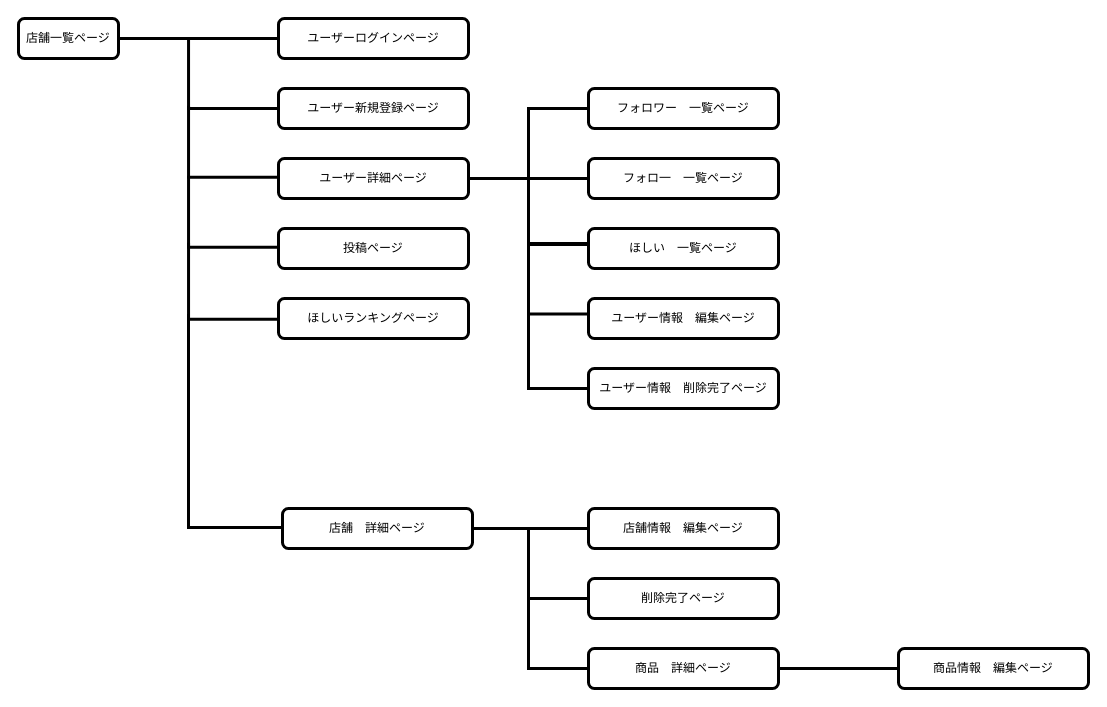
Before: 画面遷移図.dio in torako-san/CoffeeTown, a draw.io diagram. Source tidied: cells renumbered, new cells numbered last; positions are measured from the earlier drawing's top-left corner, leaving out a move shared by most shapes. Both pictures are drawn from the tidied source at 100%, with x=0, y=0 at pixel (18, 18).
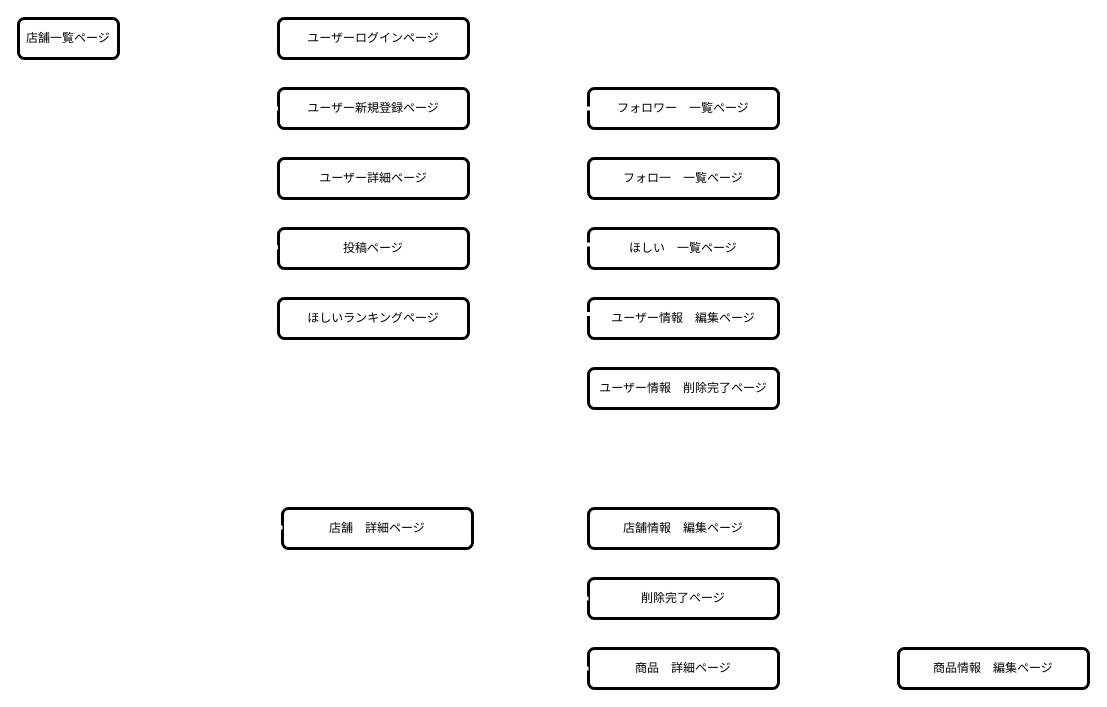
After the change.

Unchanged cells that the change refers to:
```xml
<mxCell id="3" value="店舗一覧ページ" style="whiteSpace=wrap;html=1;align=center;rounded=1;strokeWidth=3;" parent="1" vertex="1">
  <mxGeometry width="100" height="40" as="geometry" />
</mxCell>
<mxCell id="4" value="ユーザーログインページ" style="whiteSpace=wrap;html=1;align=center;rounded=1;strokeWidth=3;" parent="1" vertex="1">
  <mxGeometry x="260" width="190" height="40" as="geometry" />
</mxCell>
<mxCell id="7" value="フォロ一　一覧ページ" style="whiteSpace=wrap;html=1;align=center;rounded=1;strokeWidth=3;" parent="1" vertex="1">
  <mxGeometry x="570" y="140" width="190" height="40" as="geometry" />
</mxCell>
<mxCell id="17" value="ユーザー情報　削除完了ページ" style="whiteSpace=wrap;html=1;align=center;rounded=1;strokeWidth=3;" parent="1" vertex="1">
  <mxGeometry x="570" y="350" width="190" height="40" as="geometry" />
</mxCell>
<mxCell id="21" value="店舗　詳細ページ" style="whiteSpace=wrap;html=1;align=center;rounded=1;strokeWidth=3;" parent="1" vertex="1">
  <mxGeometry x="264" y="490" width="190" height="40" as="geometry" />
</mxCell>
<mxCell id="23" value="店舗情報　編集ページ" style="whiteSpace=wrap;html=1;align=center;rounded=1;strokeWidth=3;" parent="1" vertex="1">
  <mxGeometry x="570" y="490" width="190" height="40" as="geometry" />
</mxCell>
<mxCell id="24" value="削除完了ページ" style="whiteSpace=wrap;html=1;align=center;rounded=1;strokeWidth=3;" parent="1" vertex="1">
  <mxGeometry x="570" y="560" width="190" height="40" as="geometry" />
</mxCell>
<mxCell id="26" value="商品　詳細ページ" style="whiteSpace=wrap;html=1;align=center;rounded=1;strokeWidth=3;" parent="1" vertex="1">
  <mxGeometry x="570" y="630" width="190" height="40" as="geometry" />
</mxCell>
<mxCell id="27" value="商品情報　編集ページ" style="whiteSpace=wrap;html=1;align=center;rounded=1;strokeWidth=3;" parent="1" vertex="1">
  <mxGeometry x="880" y="630" width="190" height="40" as="geometry" />
</mxCell>
```

What changed in the source:
```diff
@@
-    <mxCell id="2" style="edgeStyle=none;html=1;exitX=1;exitY=0.5;exitDx=0;exitDy=0;entryX=0;entryY=0.5;entryDx=0;entryDy=0;endArrow=none;endFill=0;strokeWidth=3;" parent="1" edge="1" source="3" target="4">
+    <mxCell id="2" style="edgeStyle=none;html=1;exitX=1;exitY=0.5;exitDx=0;exitDy=0;entryX=0;entryY=0.5;entryDx=0;entryDy=0;endArrow=none;endFill=0;strokeWidth=4;strokeColor=#FFFFFF;" parent="1" edge="1" source="3" target="4">
       <mxGeometry relative="1" as="geometry" />
     </mxCell>
@@
-    <mxCell id="5" style="edgeStyle=none;html=1;exitX=1;exitY=0.5;exitDx=0;exitDy=0;entryX=0;entryY=0.5;entryDx=0;entryDy=0;endArrow=none;endFill=0;fontStyle=1;strokeWidth=3;" parent="1" edge="1" target="7">
+    <mxCell id="5" style="edgeStyle=none;html=1;exitX=1;exitY=0.5;exitDx=0;exitDy=0;entryX=0;entryY=0.5;entryDx=0;entryDy=0;endArrow=none;endFill=0;fontStyle=1;strokeWidth=4;strokeColor=#FFFFFF;" parent="1" edge="1" target="7">
       <mxGeometry relative="1" as="geometry">
         <mxPoint x="450" y="160" as="sourcePoint" />
       </mxGeometry>
     </mxCell>
@@
-    <mxCell id="9" style="shape=partialRectangle;whiteSpace=wrap;html=1;bottom=1;right=1;left=1;top=0;fillColor=none;routingCenterX=-0.5;rounded=1;rotation=90;strokeWidth=3;" parent="1" vertex="1">
+    <mxCell id="9" style="shape=partialRectangle;whiteSpace=wrap;html=1;bottom=1;right=1;left=1;top=0;fillColor=none;routingCenterX=-0.5;rounded=1;rotation=90;strokeWidth=4;strokeColor=#FFFFFF;" parent="1" vertex="1">
       <mxGeometry x="472.5" y="127.5" width="135" height="60" as="geometry" />
     </mxCell>
@@
-    <mxCell id="12" style="edgeStyle=elbowEdgeStyle;html=1;exitX=1;exitY=1;exitDx=0;exitDy=0;endArrow=none;endFill=0;entryX=0;entryY=0.5;entryDx=0;entryDy=0;rounded=0;strokeWidth=3;" parent="1" edge="1" source="13" target="17">
+    <mxCell id="12" style="edgeStyle=elbowEdgeStyle;html=1;exitX=1;exitY=1;exitDx=0;exitDy=0;endArrow=none;endFill=0;entryX=0;entryY=0.5;entryDx=0;entryDy=0;rounded=0;strokeWidth=4;strokeColor=#FFFFFF;" parent="1" edge="1" source="13" target="17">
       <mxGeometry relative="1" as="geometry">
         <Array as="points">
           <mxPoint x="510" y="350" />
         </Array>
       </mxGeometry>
     </mxCell>
-    <mxCell id="13" style="shape=partialRectangle;whiteSpace=wrap;html=1;bottom=1;right=1;left=1;top=0;fillColor=none;routingCenterX=-0.5;rounded=1;rotation=90;strokeWidth=3;" parent="1" vertex="1">
+    <mxCell id="13" style="shape=partialRectangle;whiteSpace=wrap;html=1;bottom=1;right=1;left=1;top=0;fillColor=none;routingCenterX=-0.5;rounded=1;rotation=90;strokeWidth=4;strokeColor=#FFFFFF;" parent="1" vertex="1">
       <mxGeometry x="505.3" y="230.7" width="69.4" height="60" as="geometry" />
     </mxCell>
-    <mxCell id="14" style="shape=partialRectangle;whiteSpace=wrap;html=1;bottom=0;right=0;fillColor=none;rounded=1;rotation=-90;strokeWidth=3;" parent="1" vertex="1">
+    <mxCell id="14" style="shape=partialRectangle;whiteSpace=wrap;html=1;bottom=0;right=0;fillColor=none;rounded=1;rotation=-90;strokeWidth=4;strokeColor=#FFFFFF;" parent="1" vertex="1">
       <mxGeometry x="178.8" y="11.2" width="70" height="87.5" as="geometry" />
     </mxCell>
-    <mxCell id="15" style="shape=partialRectangle;whiteSpace=wrap;html=1;bottom=0;right=0;fillColor=none;rounded=1;rotation=-90;strokeWidth=3;" parent="1" vertex="1">
+    <mxCell id="15" style="shape=partialRectangle;whiteSpace=wrap;html=1;bottom=0;right=0;fillColor=none;rounded=1;rotation=-90;strokeWidth=4;strokeColor=#FFFFFF;" parent="1" vertex="1">
       <mxGeometry x="178.8" y="80" width="70" height="87.5" as="geometry" />
     </mxCell>
@@
-    <mxCell id="19" style="shape=partialRectangle;whiteSpace=wrap;html=1;bottom=0;right=0;fillColor=none;rounded=1;rotation=-90;strokeWidth=3;" parent="1" vertex="1">
+    <mxCell id="19" style="shape=partialRectangle;whiteSpace=wrap;html=1;bottom=0;right=0;fillColor=none;rounded=1;rotation=-90;strokeWidth=4;strokeColor=#FFFFFF;" parent="1" vertex="1">
       <mxGeometry x="178.8" y="150" width="70" height="87.5" as="geometry" />
     </mxCell>
-    <mxCell id="20" style="edgeStyle=orthogonalEdgeStyle;rounded=0;html=1;exitX=1;exitY=0.5;exitDx=0;exitDy=0;entryX=0;entryY=0.5;entryDx=0;entryDy=0;endArrow=none;endFill=0;strokeWidth=3;" parent="1" edge="1" source="21" target="23">
+    <mxCell id="20" style="edgeStyle=orthogonalEdgeStyle;rounded=0;html=1;exitX=1;exitY=0.5;exitDx=0;exitDy=0;entryX=0;entryY=0.5;entryDx=0;entryDy=0;endArrow=none;endFill=0;strokeWidth=4;strokeColor=#FFFFFF;" parent="1" edge="1" source="21" target="23">
       <mxGeometry relative="1" as="geometry" />
     </mxCell>
@@
-    <mxCell id="22" style="shape=partialRectangle;whiteSpace=wrap;html=1;bottom=0;right=0;fillColor=none;rounded=1;rotation=-90;strokeWidth=3;" parent="1" vertex="1">
+    <mxCell id="22" style="shape=partialRectangle;whiteSpace=wrap;html=1;bottom=0;right=0;fillColor=none;rounded=1;rotation=-90;strokeWidth=4;strokeColor=#FFFFFF;" parent="1" vertex="1">
       <mxGeometry x="176.2" y="219.5" width="75.2" height="87.5" as="geometry" />
     </mxCell>
@@
-    <mxCell id="25" style="edgeStyle=orthogonalEdgeStyle;rounded=0;html=1;exitX=1;exitY=0.5;exitDx=0;exitDy=0;entryX=0;entryY=0.5;entryDx=0;entryDy=0;endArrow=none;endFill=0;strokeWidth=3;" parent="1" edge="1" source="26" target="27">
+    <mxCell id="25" style="edgeStyle=orthogonalEdgeStyle;rounded=0;html=1;exitX=1;exitY=0.5;exitDx=0;exitDy=0;entryX=0;entryY=0.5;entryDx=0;entryDy=0;endArrow=none;endFill=0;strokeWidth=4;strokeColor=#FFFFFF;" parent="1" edge="1" source="26" target="27">
       <mxGeometry relative="1" as="geometry" />
     </mxCell>
@@
-    <mxCell id="28" style="edgeStyle=orthogonalEdgeStyle;html=1;endArrow=none;endFill=0;rounded=0;entryX=0;entryY=0.5;entryDx=0;entryDy=0;strokeWidth=3;" parent="1" edge="1" target="24">
+    <mxCell id="28" style="edgeStyle=orthogonalEdgeStyle;html=1;endArrow=none;endFill=0;rounded=0;entryX=0;entryY=0.5;entryDx=0;entryDy=0;strokeWidth=4;strokeColor=#FFFFFF;" parent="1" edge="1" target="24">
       <mxGeometry relative="1" as="geometry">
         <mxPoint x="510" y="510" as="sourcePoint" />
         <Array as="points">
           <mxPoint x="510" y="580" />
         </Array>
       </mxGeometry>
     </mxCell>
-    <mxCell id="29" style="edgeStyle=orthogonalEdgeStyle;html=1;endArrow=none;endFill=0;rounded=0;entryX=0;entryY=0.5;entryDx=0;entryDy=0;strokeWidth=3;" parent="1" edge="1">
+    <mxCell id="29" style="edgeStyle=orthogonalEdgeStyle;html=1;endArrow=none;endFill=0;rounded=0;entryX=0;entryY=0.5;entryDx=0;entryDy=0;strokeWidth=4;strokeColor=#FFFFFF;" parent="1" edge="1">
       <mxGeometry relative="1" as="geometry">
         <mxPoint x="510" y="580" as="sourcePoint" />
         <mxPoint x="570" y="650" as="targetPoint" />
         <Array as="points">
           <mxPoint x="510" y="650" />
         </Array>
       </mxGeometry>
     </mxCell>
@@
-    <mxCell id="31" style="shape=partialRectangle;whiteSpace=wrap;html=1;bottom=0;right=0;fillColor=none;rounded=1;rotation=-90;strokeWidth=3;" parent="1" vertex="1">
+    <mxCell id="31" style="shape=partialRectangle;whiteSpace=wrap;html=1;bottom=0;right=0;fillColor=none;rounded=1;rotation=-90;strokeWidth=4;strokeColor=#FFFFFF;" parent="1" vertex="1">
       <mxGeometry x="109.9" y="357" width="212.2" height="92" as="geometry" />
     </mxCell>
```
